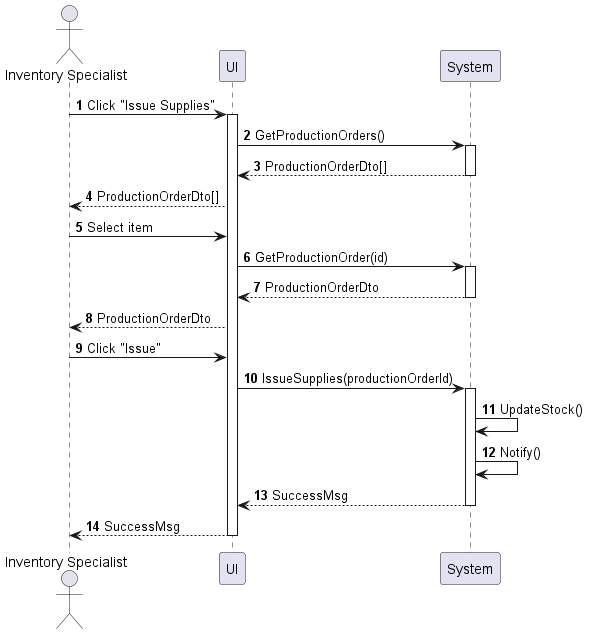
Above: sequences/inventory-supply-issue.png in phihungha/scmss-reqs (PlantUML), before the change.
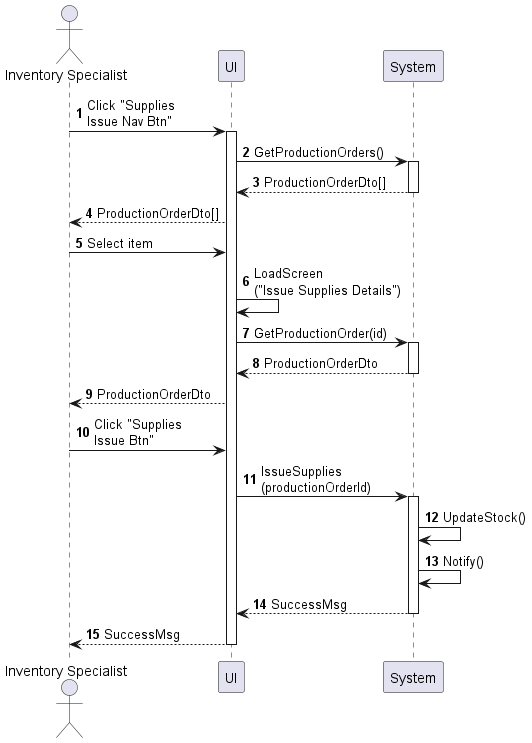
The same diagram one commit later.

Diff of the diagram source:
```diff
@@ -5,19 +5,20 @@
 participant UI as f
 participant System as b
 
-a -> f : Click "Issue Supplies"
+a -> f : Click "Supplies\nIssue Nav Btn"
 activate f
 f -> b : GetProductionOrders()
 activate b
 return ProductionOrderDto[]
 f --> a : ProductionOrderDto[]
 a -> f : Select item
+f -> f : LoadScreen\n("Issue Supplies Details")
 f -> b : GetProductionOrder(id)
 activate b
 return ProductionOrderDto
 f --> a : ProductionOrderDto
-a -> f : Click "Issue"
-f -> b : IssueSupplies(productionOrderId)
+a -> f : Click "Supplies\nIssue Btn"
+f -> b : IssueSupplies\n(productionOrderId)
 activate b
 b -> b : UpdateStock()
 b -> b : Notify()
```
